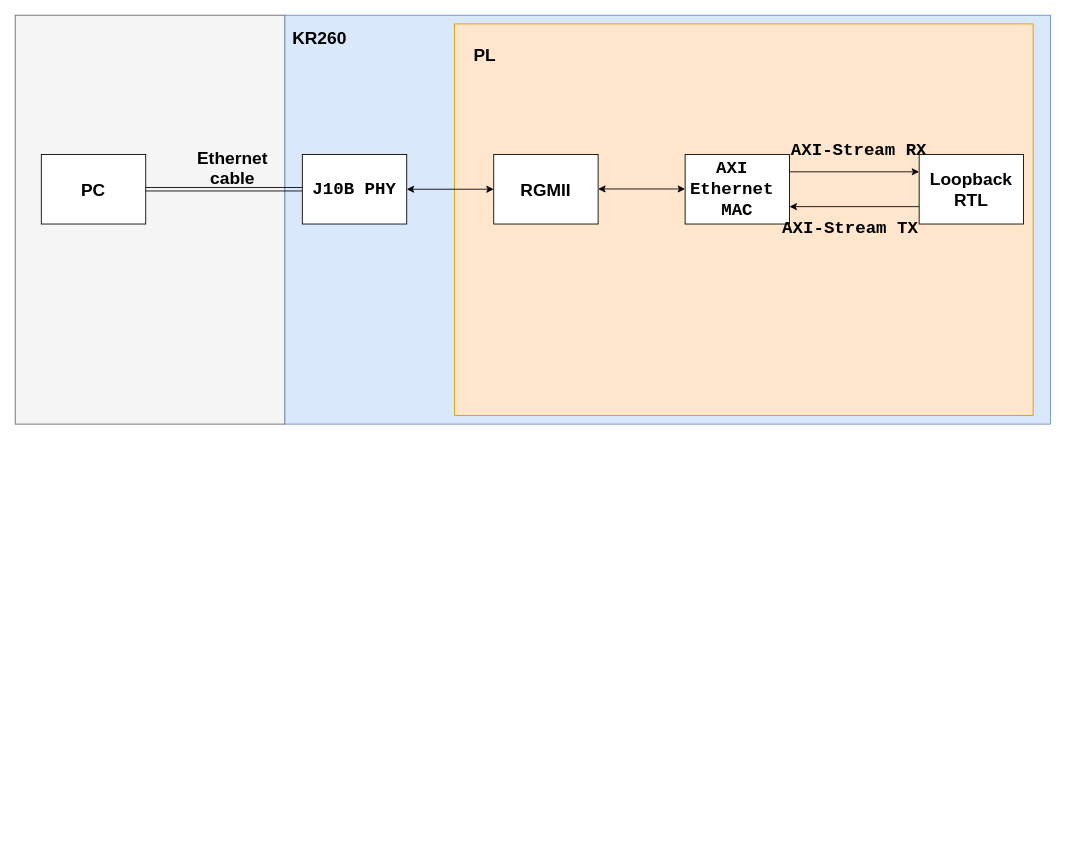
huynhnguyen107/INTERFACE keeps this draw.io diagram as PL Ethernet/01_eth_mac_loopback/system architecture/01_eth_mac_loopback.drawio. Above is the earlier version. Source tidied: cells renumbered, new cells numbered last; positions are measured from the earlier drawing's top-left corner, leaving out a move shared by most shapes. Both pictures are drawn from the tidied source at 87%, with x=0, y=0 at pixel (15, 15).
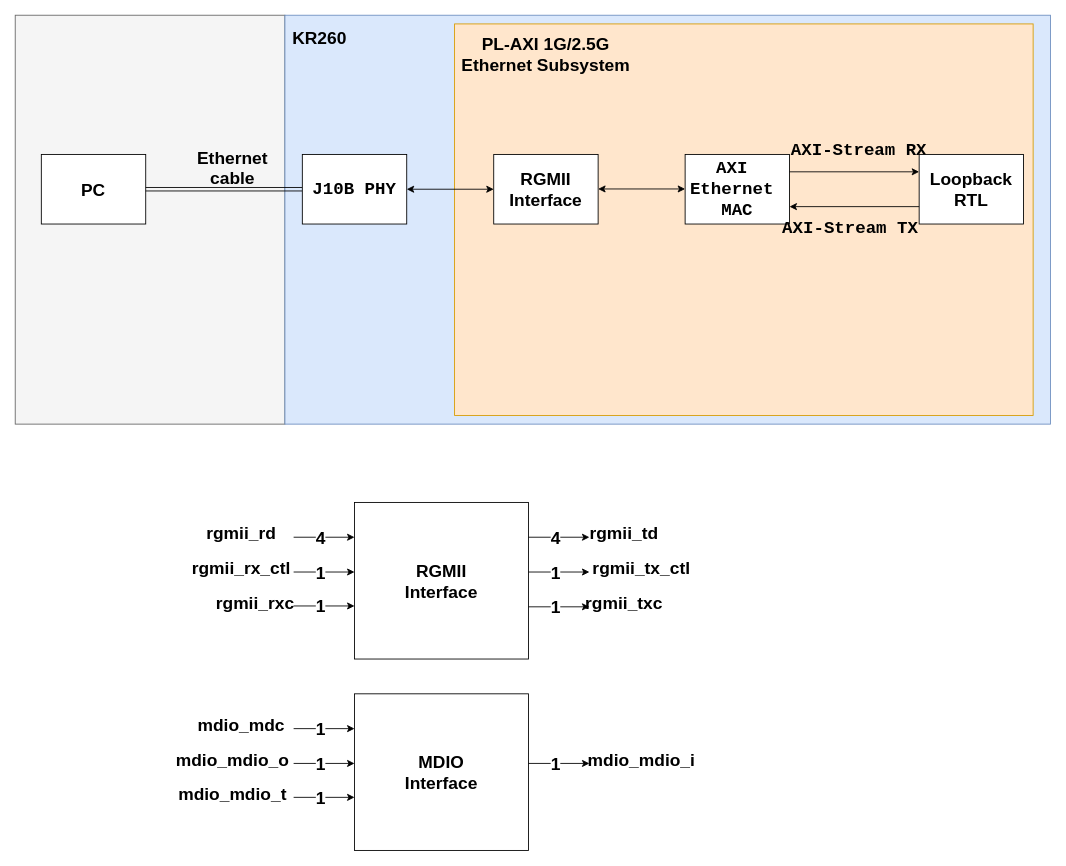
Above is the later version.

Diff of the diagram source:
```diff
@@
-    <mxCell id="7" value="&lt;b style=&quot;&quot;&gt;&lt;font style=&quot;font-size: 20px;&quot;&gt;RGMII&lt;/font&gt;&lt;/b&gt;" style="rounded=0;whiteSpace=wrap;html=1;" parent="1" vertex="1">
+    <mxCell id="7" value="&lt;b style=&quot;&quot;&gt;&lt;font style=&quot;font-size: 20px;&quot;&gt;RGMII&lt;/font&gt;&lt;/b&gt;&lt;div&gt;&lt;span style=&quot;font-size: 20px;&quot;&gt;&lt;b&gt;Interface&lt;/b&gt;&lt;/span&gt;&lt;/div&gt;" style="rounded=0;whiteSpace=wrap;html=1;" parent="1" vertex="1">
       <mxGeometry x="550" y="160" width="120" height="80" as="geometry" />
     </mxCell>
@@
-    <mxCell id="12" value="&lt;b&gt;&lt;font style=&quot;font-size: 20px;&quot;&gt;PL&lt;/font&gt;&lt;/b&gt;" style="text;html=1;whiteSpace=wrap;strokeColor=none;fillColor=none;align=center;verticalAlign=middle;rounded=0;" parent="1" vertex="1">
-      <mxGeometry x="510" y="30" width="60" height="30" as="geometry" />
+    <mxCell id="12" value="&lt;b&gt;&lt;font style=&quot;font-size: 20px;&quot;&gt;PL-AXI 1G/2.5G Ethernet Subsystem&lt;/font&gt;&lt;/b&gt;" style="text;html=1;whiteSpace=wrap;strokeColor=none;fillColor=none;align=center;verticalAlign=middle;rounded=0;" parent="1" vertex="1">
+      <mxGeometry x="510" y="30" width="200" height="30" as="geometry" />
     </mxCell>
@@
+    <mxCell id="20" value="&lt;b style=&quot;&quot;&gt;&lt;font style=&quot;font-size: 20px;&quot;&gt;RGMII&lt;/font&gt;&lt;/b&gt;&lt;div&gt;&lt;span style=&quot;font-size: 20px;&quot;&gt;&lt;b&gt;Interface&lt;/b&gt;&lt;/span&gt;&lt;/div&gt;" style="rounded=0;whiteSpace=wrap;html=1;" parent="1" vertex="1">
+      <mxGeometry x="390" y="560" width="200" height="180" as="geometry" />
+    </mxCell>
+    <mxCell id="21" style="endArrow=classic;html=1;rounded=0;" parent="1" edge="1">
+      <mxGeometry relative="1" as="geometry">
+        <mxPoint x="590" y="600" as="sourcePoint" />
+        <mxPoint x="660" y="600" as="targetPoint" />
+      </mxGeometry>
+    </mxCell>
+    <mxCell id="22" value="&lt;b&gt;&lt;font style=&quot;font-size: 20px;&quot;&gt;4&lt;/font&gt;&lt;/b&gt;" style="edgeLabel;html=1;align=center;verticalAlign=middle;" parent="21" vertex="1">
+      <mxGeometry x="-0.14" y="1" relative="1" as="geometry" />
+    </mxCell>
+    <mxCell id="23" value="&lt;b&gt;&lt;font style=&quot;font-size: 20px;&quot;&gt;rgmii_td&lt;/font&gt;&lt;/b&gt;" style="text;html=1;whiteSpace=wrap;strokeColor=none;fillColor=none;align=center;verticalAlign=middle;rounded=0;" parent="1" vertex="1">
+      <mxGeometry x="670" y="580" width="60" height="30" as="geometry" />
+    </mxCell>
+    <mxCell id="24" style="endArrow=classic;html=1;rounded=0;" parent="1" edge="1">
+      <mxGeometry relative="1" as="geometry">
+        <mxPoint x="590" y="640" as="sourcePoint" />
+        <mxPoint x="660" y="640" as="targetPoint" />
+      </mxGeometry>
+    </mxCell>
+    <mxCell id="25" value="&lt;b&gt;&lt;font style=&quot;font-size: 20px;&quot;&gt;1&lt;/font&gt;&lt;/b&gt;" style="edgeLabel;html=1;align=center;verticalAlign=middle;" parent="24" vertex="1">
+      <mxGeometry x="-0.14" y="1" relative="1" as="geometry" />
+    </mxCell>
+    <mxCell id="26" value="&lt;b&gt;&lt;font style=&quot;font-size: 20px;&quot;&gt;rgmii_tx_ctl&lt;/font&gt;&lt;/b&gt;" style="text;html=1;whiteSpace=wrap;strokeColor=none;fillColor=none;align=center;verticalAlign=middle;rounded=0;" parent="1" vertex="1">
+      <mxGeometry x="690" y="620" width="60" height="30" as="geometry" />
+    </mxCell>
+    <mxCell id="27" style="endArrow=classic;html=1;rounded=0;" parent="1" edge="1">
+      <mxGeometry relative="1" as="geometry">
+        <mxPoint x="590" y="680" as="sourcePoint" />
+        <mxPoint x="660" y="680" as="targetPoint" />
+      </mxGeometry>
+    </mxCell>
+    <mxCell id="28" value="&lt;b&gt;&lt;font style=&quot;font-size: 20px;&quot;&gt;1&lt;/font&gt;&lt;/b&gt;" style="edgeLabel;html=1;align=center;verticalAlign=middle;" parent="27" vertex="1">
+      <mxGeometry x="-0.14" y="1" relative="1" as="geometry" />
+    </mxCell>
+    <mxCell id="29" value="&lt;b&gt;&lt;font style=&quot;font-size: 20px;&quot;&gt;rgmii_txc&lt;/font&gt;&lt;/b&gt;" style="text;html=1;whiteSpace=wrap;strokeColor=none;fillColor=none;align=center;verticalAlign=middle;rounded=0;" parent="1" vertex="1">
+      <mxGeometry x="670" y="660" width="60" height="30" as="geometry" />
+    </mxCell>
+    <mxCell id="30" style="endArrow=classic;html=1;rounded=0;" parent="1" edge="1">
+      <mxGeometry relative="1" as="geometry">
+        <mxPoint x="320" y="679" as="sourcePoint" />
+        <mxPoint x="390" y="679" as="targetPoint" />
+      </mxGeometry>
+    </mxCell>
+    <mxCell id="31" value="&lt;b&gt;&lt;font style=&quot;font-size: 20px;&quot;&gt;1&lt;/font&gt;&lt;/b&gt;" style="edgeLabel;html=1;align=center;verticalAlign=middle;" parent="30" vertex="1">
+      <mxGeometry x="-0.14" y="1" relative="1" as="geometry" />
+    </mxCell>
+    <mxCell id="32" value="&lt;b&gt;&lt;font style=&quot;font-size: 20px;&quot;&gt;rgmii_rxc&lt;/font&gt;&lt;/b&gt;" style="text;html=1;whiteSpace=wrap;strokeColor=none;fillColor=none;align=center;verticalAlign=middle;rounded=0;" parent="1" vertex="1">
+      <mxGeometry x="246" y="660" width="60" height="30" as="geometry" />
+    </mxCell>
+    <mxCell id="33" style="endArrow=classic;html=1;rounded=0;" parent="1" edge="1">
+      <mxGeometry relative="1" as="geometry">
+        <mxPoint x="320" y="640" as="sourcePoint" />
+        <mxPoint x="390" y="640" as="targetPoint" />
+      </mxGeometry>
+    </mxCell>
+    <mxCell id="34" value="&lt;b&gt;&lt;font style=&quot;font-size: 20px;&quot;&gt;1&lt;/font&gt;&lt;/b&gt;" style="edgeLabel;html=1;align=center;verticalAlign=middle;" parent="33" vertex="1">
+      <mxGeometry x="-0.14" y="1" relative="1" as="geometry" />
+    </mxCell>
+    <mxCell id="35" value="&lt;b&gt;&lt;font style=&quot;font-size: 20px;&quot;&gt;rgmii_rx_ctl&lt;/font&gt;&lt;/b&gt;" style="text;html=1;whiteSpace=wrap;strokeColor=none;fillColor=none;align=center;verticalAlign=middle;rounded=0;" parent="1" vertex="1">
+      <mxGeometry x="230" y="620" width="60" height="30" as="geometry" />
+    </mxCell>
+    <mxCell id="36" style="endArrow=classic;html=1;rounded=0;" parent="1" edge="1">
+      <mxGeometry relative="1" as="geometry">
+        <mxPoint x="320" y="600" as="sourcePoint" />
+        <mxPoint x="390" y="600" as="targetPoint" />
+      </mxGeometry>
+    </mxCell>
+    <mxCell id="37" value="&lt;b&gt;&lt;font style=&quot;font-size: 20px;&quot;&gt;4&lt;/font&gt;&lt;/b&gt;" style="edgeLabel;html=1;align=center;verticalAlign=middle;" parent="36" vertex="1">
+      <mxGeometry x="-0.14" y="1" relative="1" as="geometry" />
+    </mxCell>
+    <mxCell id="38" value="&lt;b&gt;&lt;font style=&quot;font-size: 20px;&quot;&gt;rgmii_rd&lt;/font&gt;&lt;/b&gt;" style="text;html=1;whiteSpace=wrap;strokeColor=none;fillColor=none;align=center;verticalAlign=middle;rounded=0;" parent="1" vertex="1">
+      <mxGeometry x="230" y="580" width="60" height="30" as="geometry" />
+    </mxCell>
+    <mxCell id="39" value="&lt;b style=&quot;&quot;&gt;&lt;font style=&quot;font-size: 20px;&quot;&gt;MDIO&lt;/font&gt;&lt;/b&gt;&lt;div&gt;&lt;span style=&quot;font-size: 20px;&quot;&gt;&lt;b&gt;Interface&lt;/b&gt;&lt;/span&gt;&lt;/div&gt;" style="rounded=0;whiteSpace=wrap;html=1;" parent="1" vertex="1">
+      <mxGeometry x="390" y="780" width="200" height="180" as="geometry" />
+    </mxCell>
+    <mxCell id="40" style="endArrow=classic;html=1;rounded=0;" parent="1" edge="1">
+      <mxGeometry relative="1" as="geometry">
+        <mxPoint x="590" y="860" as="sourcePoint" />
+        <mxPoint x="660" y="860" as="targetPoint" />
+      </mxGeometry>
+    </mxCell>
+    <mxCell id="41" value="&lt;b&gt;&lt;font style=&quot;font-size: 20px;&quot;&gt;1&lt;/font&gt;&lt;/b&gt;" style="edgeLabel;html=1;align=center;verticalAlign=middle;" parent="40" vertex="1">
+      <mxGeometry x="-0.14" y="1" relative="1" as="geometry" />
+    </mxCell>
+    <mxCell id="42" value="&lt;b&gt;&lt;font style=&quot;font-size: 20px;&quot;&gt;mdio_mdio_i&lt;/font&gt;&lt;/b&gt;" style="text;html=1;whiteSpace=wrap;strokeColor=none;fillColor=none;align=center;verticalAlign=middle;rounded=0;" parent="1" vertex="1">
+      <mxGeometry x="690" y="840" width="60" height="30" as="geometry" />
+    </mxCell>
+    <mxCell id="43" style="endArrow=classic;html=1;rounded=0;" parent="1" edge="1">
+      <mxGeometry relative="1" as="geometry">
+        <mxPoint x="320" y="899" as="sourcePoint" />
+        <mxPoint x="390" y="899" as="targetPoint" />
+      </mxGeometry>
+    </mxCell>
+    <mxCell id="44" value="&lt;b&gt;&lt;font style=&quot;font-size: 20px;&quot;&gt;1&lt;/font&gt;&lt;/b&gt;" style="edgeLabel;html=1;align=center;verticalAlign=middle;" parent="43" vertex="1">
+      <mxGeometry x="-0.14" y="1" relative="1" as="geometry" />
+    </mxCell>
+    <mxCell id="45" value="&lt;b&gt;&lt;font style=&quot;font-size: 20px;&quot;&gt;mdio_mdio_t&lt;/font&gt;&lt;/b&gt;" style="text;html=1;whiteSpace=wrap;strokeColor=none;fillColor=none;align=center;verticalAlign=middle;rounded=0;" parent="1" vertex="1">
+      <mxGeometry x="220" y="880" width="60" height="30" as="geometry" />
+    </mxCell>
+    <mxCell id="46" style="endArrow=classic;html=1;rounded=0;" parent="1" edge="1">
+      <mxGeometry relative="1" as="geometry">
+        <mxPoint x="320" y="860" as="sourcePoint" />
+        <mxPoint x="390" y="860" as="targetPoint" />
+      </mxGeometry>
+    </mxCell>
+    <mxCell id="47" value="&lt;b&gt;&lt;font style=&quot;font-size: 20px;&quot;&gt;1&lt;/font&gt;&lt;/b&gt;" style="edgeLabel;html=1;align=center;verticalAlign=middle;" parent="46" vertex="1">
+      <mxGeometry x="-0.14" y="1" relative="1" as="geometry" />
+    </mxCell>
+    <mxCell id="48" value="&lt;b&gt;&lt;font style=&quot;font-size: 20px;&quot;&gt;mdio_mdio_o&lt;/font&gt;&lt;/b&gt;" style="text;html=1;whiteSpace=wrap;strokeColor=none;fillColor=none;align=center;verticalAlign=middle;rounded=0;" parent="1" vertex="1">
+      <mxGeometry x="220" y="840" width="60" height="30" as="geometry" />
+    </mxCell>
+    <mxCell id="49" style="endArrow=classic;html=1;rounded=0;" parent="1" edge="1">
+      <mxGeometry relative="1" as="geometry">
+        <mxPoint x="320" y="820" as="sourcePoint" />
+        <mxPoint x="390" y="820" as="targetPoint" />
+      </mxGeometry>
+    </mxCell>
+    <mxCell id="50" value="&lt;b&gt;&lt;font style=&quot;font-size: 20px;&quot;&gt;1&lt;/font&gt;&lt;/b&gt;" style="edgeLabel;html=1;align=center;verticalAlign=middle;" parent="49" vertex="1">
+      <mxGeometry x="-0.14" y="1" relative="1" as="geometry" />
+    </mxCell>
+    <mxCell id="51" value="&lt;b&gt;&lt;font style=&quot;font-size: 20px;&quot;&gt;mdio_mdc&lt;/font&gt;&lt;/b&gt;" style="text;html=1;whiteSpace=wrap;strokeColor=none;fillColor=none;align=center;verticalAlign=middle;rounded=0;" parent="1" vertex="1">
+      <mxGeometry x="230" y="800" width="60" height="30" as="geometry" />
+    </mxCell>
```
